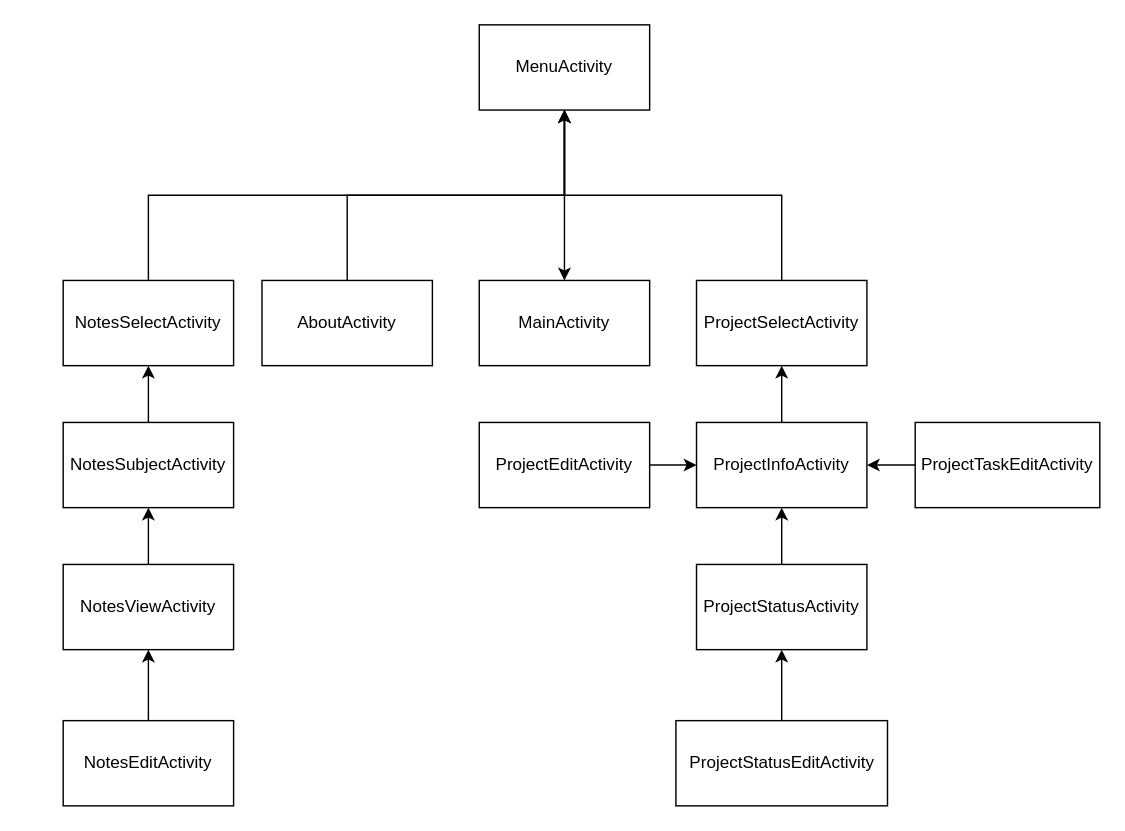
Paxtan-Development/study-assistant keeps this draw.io diagram as onBackPressed.drawio. Above is the earlier version. Source tidied: cells renumbered, new cells numbered last; positions are measured from the earlier drawing's top-left corner, leaving out a move shared by most shapes. Both pictures are drawn from the tidied source at 142%, with x=0, y=0 at pixel (62, 24).
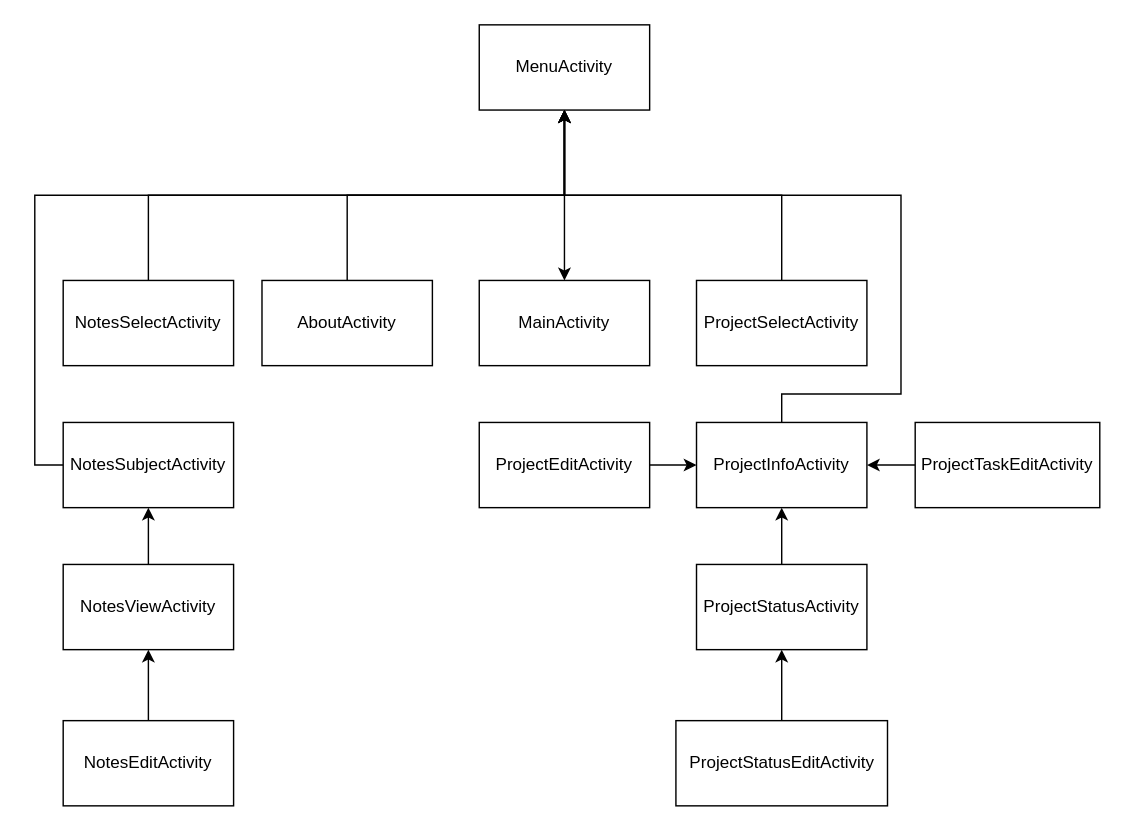
The same diagram, later.

Unchanged cells that the change refers to:
```xml
<mxCell id="2" value="MenuActivity" style="rounded=0;whiteSpace=wrap;html=1;" parent="1" vertex="1">
  <mxGeometry x="293" width="120" height="60" as="geometry" />
</mxCell>
<mxCell id="8" value="NotesSelectActivity" style="rounded=0;whiteSpace=wrap;html=1;" parent="1" vertex="1">
  <mxGeometry y="180" width="120" height="60" as="geometry" />
</mxCell>
<mxCell id="10" value="NotesSubjectActivity" style="rounded=0;whiteSpace=wrap;html=1;" parent="1" vertex="1">
  <mxGeometry y="280" width="120" height="60" as="geometry" />
</mxCell>
<mxCell id="16" value="ProjectSelectActivity" style="rounded=0;whiteSpace=wrap;html=1;" parent="1" vertex="1">
  <mxGeometry x="446" y="180" width="120" height="60" as="geometry" />
</mxCell>
<mxCell id="18" value="ProjectInfoActivity" style="rounded=0;whiteSpace=wrap;html=1;" parent="1" vertex="1">
  <mxGeometry x="446" y="280" width="120" height="60" as="geometry" />
</mxCell>
```

Change to the diagram source:
```diff
@@
-    <mxCell id="9" style="edgeStyle=orthogonalEdgeStyle;rounded=0;jettySize=auto;html=1;exitX=0.5;exitY=0;exitDx=0;exitDy=0;startArrow=none;startFill=0;" parent="1" edge="1" source="10" target="8">
-      <mxGeometry relative="1" as="geometry" />
-    </mxCell>
+    <mxCell id="27" style="edgeStyle=orthogonalEdgeStyle;rounded=0;jettySize=auto;html=1;exitX=0;exitY=0.5;exitDx=0;exitDy=0;entryX=0.5;entryY=1;entryDx=0;entryDy=0;" parent="1" edge="1" source="10" target="2">
+      <mxGeometry relative="1" as="geometry">
+        <Array as="points">
+          <mxPoint x="-20" y="310" />
+          <mxPoint x="-20" y="120" />
+          <mxPoint x="353" y="120" />
+        </Array>
+      </mxGeometry>
+    </mxCell>
@@
-    <mxCell id="17" style="edgeStyle=orthogonalEdgeStyle;rounded=0;jettySize=auto;html=1;exitX=0.5;exitY=0;exitDx=0;exitDy=0;entryX=0.5;entryY=1;entryDx=0;entryDy=0;startArrow=none;startFill=0;" parent="1" edge="1" source="18" target="16">
-      <mxGeometry relative="1" as="geometry" />
-    </mxCell>
+    <mxCell id="28" style="edgeStyle=orthogonalEdgeStyle;rounded=0;jettySize=auto;html=1;exitX=0.5;exitY=0;exitDx=0;exitDy=0;entryX=0.5;entryY=1;entryDx=0;entryDy=0;" parent="1" edge="1" source="18" target="2">
+      <mxGeometry relative="1" as="geometry">
+        <Array as="points">
+          <mxPoint x="506" y="260" />
+          <mxPoint x="590" y="260" />
+          <mxPoint x="590" y="120" />
+          <mxPoint x="353" y="120" />
+        </Array>
+      </mxGeometry>
+    </mxCell>
```
